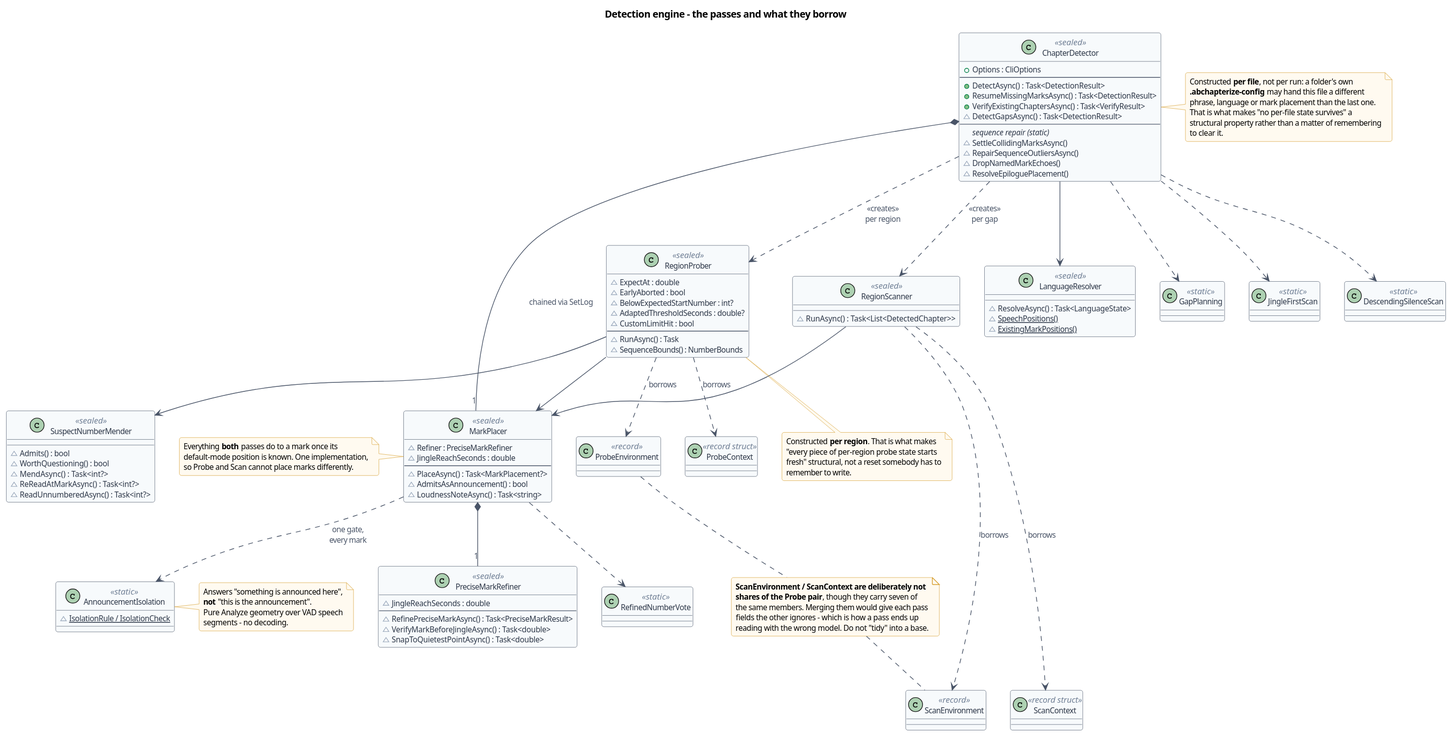
Earlier version of the PlantUML export doc/diagrams/class-detection-engine.svg (Inguiotar/ABChapterize). Source of this version:
```plantuml
@startuml
!include _style.iuml
title Detection engine - the passes and what they borrow

class ChapterDetector <<sealed>> {
  +Options : CliOptions
  --
  +DetectAsync() : Task<DetectionResult>
  +ResumeMissingMarksAsync() : Task<DetectionResult>
  +VerifyExistingChaptersAsync() : Task<VerifyResult>
  ~DetectGapsAsync() : Task<DetectionResult>
  --
  <i>sequence repair (static)</i>
  ~SettleCollidingMarksAsync()
  ~RepairSequenceOutliersAsync()
  ~DropNamedMarkEchoes()
  ~ResolveEpiloguePlacement()
}
note right of ChapterDetector
  Constructed **per file**, not per run: a folder's own
  <b>.abchapterize-config</b> may hand this file a different
  phrase, language or mark placement than the last one.
  That is what makes "no per-file state survives" a
  structural property rather than a matter of remembering
  to clear it.
end note

class RegionProber <<sealed>> {
  ~ExpectAt : double
  ~EarlyAborted : bool
  ~BelowExpectedStartNumber : int?
  ~AdaptedThresholdSeconds : double?
  ~CustomLimitHit : bool
  --
  ~RunAsync() : Task
  ~SequenceBounds() : NumberBounds
}
note bottom of RegionProber
  Constructed **per region**. That is what makes
  "every piece of per-region probe state starts
  fresh" structural, not a reset somebody has to
  remember to write.
end note

class RegionScanner <<sealed>> {
  ~RunAsync() : Task<List<DetectedChapter>>
}

class MarkPlacer <<sealed>> {
  ~Refiner : PreciseMarkRefiner
  ~JingleReachSeconds : double
  --
  ~PlaceAsync() : Task<MarkPlacement?>
  ~AdmitsAsAnnouncement() : bool
  ~LoudnessNoteAsync() : Task<string>
}
note left of MarkPlacer
  Everything **both** passes do to a mark once its
  default-mode position is known. One implementation,
  so Probe and Scan cannot place marks differently.
end note

class PreciseMarkRefiner <<sealed>> {
  ~JingleReachSeconds : double
  --
  ~RefinePreciseMarkAsync() : Task<PreciseMarkResult>
  ~VerifyMarkBeforeJingleAsync() : Task<double>
  ~SnapToQuietestPointAsync() : Task<double>
}

class SuspectNumberMender <<sealed>> {
  ~Admits() : bool
  ~WorthQuestioning() : bool
  ~MendAsync() : Task<int?>
  ~ReReadAtMarkAsync() : Task<int?>
  ~ReadUnnumberedAsync() : Task<int?>
}

class LanguageResolver <<sealed>> {
  ~ResolveAsync() : Task<LanguageState>
  ~{static} SpeechPositions()
  ~{static} ExistingMarkPositions()
}

class AnnouncementIsolation <<static>> {
  ~{static} IsolationRule / IsolationCheck
}
note right of AnnouncementIsolation
  Answers "something is announced here",
  **not** "this is the announcement".
  Pure Analyze geometry over VAD speech
  segments - no decoding.
end note

class RefinedNumberVote <<static>>
class GapPlanning <<static>>
class JingleFirstScan <<static>>
class DescendingSilenceScan <<static>>

together {
  class ProbeEnvironment <<record>>
  class ProbeContext <<record struct>>
}
together {
  class ScanEnvironment <<record>>
  class ScanContext <<record struct>>
}

ChapterDetector *-- "1" MarkPlacer : chained via SetLog
MarkPlacer *-- "1" PreciseMarkRefiner
ChapterDetector ..> RegionProber : <<creates>>\nper region
ChapterDetector ..> RegionScanner : <<creates>>\nper gap
ChapterDetector --> LanguageResolver
ChapterDetector ..> GapPlanning
ChapterDetector ..> JingleFirstScan
ChapterDetector ..> DescendingSilenceScan

RegionProber ..> ProbeEnvironment : borrows
RegionProber ..> ProbeContext : borrows
RegionScanner ..> ScanEnvironment : borrows
RegionScanner ..> ScanContext : borrows

RegionProber --> MarkPlacer
RegionScanner --> MarkPlacer
RegionProber --> SuspectNumberMender
MarkPlacer ..> AnnouncementIsolation : one gate,\nevery mark
MarkPlacer ..> RefinedNumberVote

note as NEnv
  <b>ScanEnvironment / ScanContext are deliberately not</b>
  <b>shares of the Probe pair</b>, though they carry seven of
  the same members. Merging them would give each pass
  fields the other ignores - which is how a pass ends up
  reading with the wrong model. Do not "tidy" into a base.
end note
ProbeEnvironment .. NEnv
NEnv .. ScanEnvironment
@enduml
```
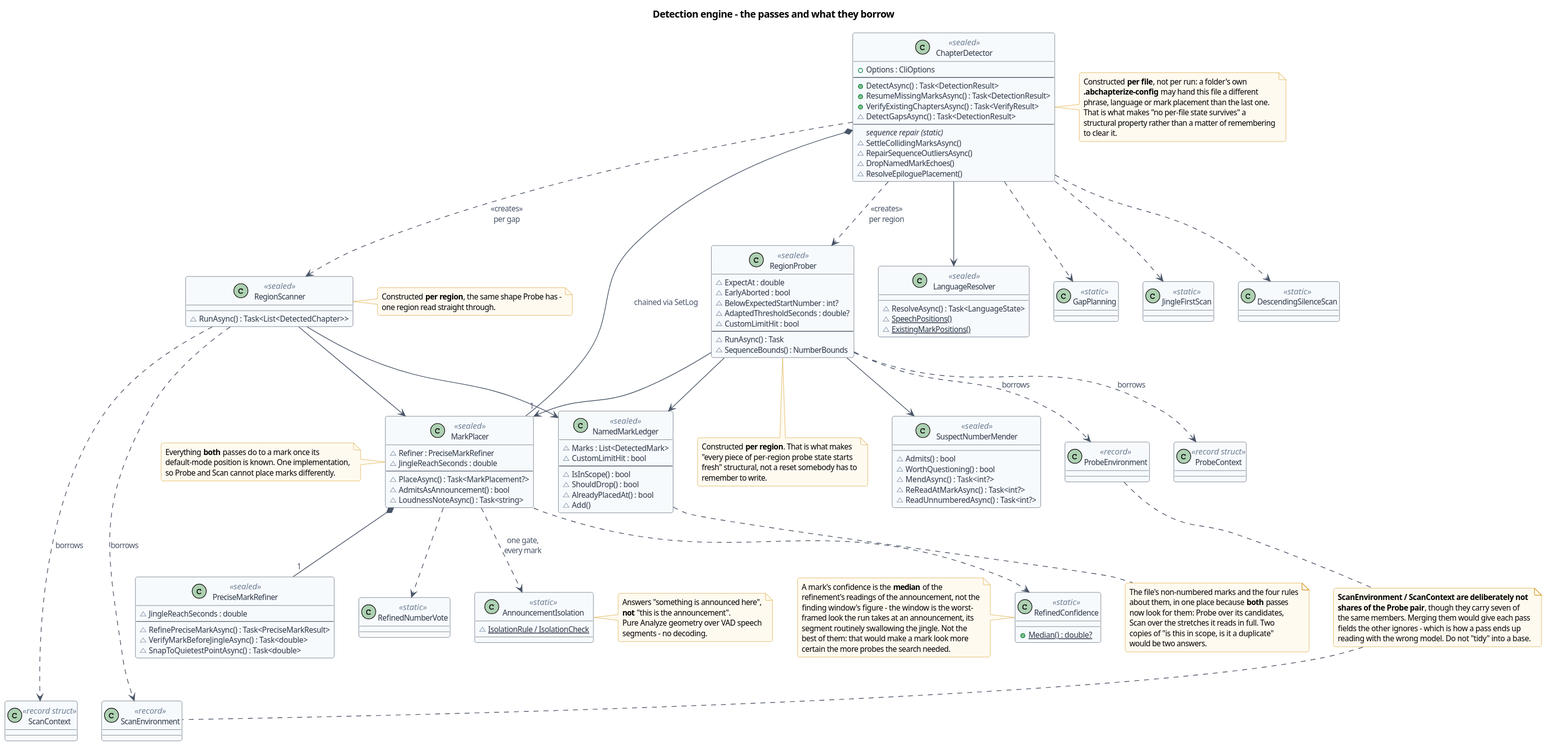
After the commit.

Diff of the diagram source:
```diff
@@ -45,6 +45,10 @@
 class RegionScanner <<sealed>> {
   ~RunAsync() : Task<List<DetectedChapter>>
 }
+note right of RegionScanner
+  Constructed **per region**, the same shape Probe has -
+  one region read straight through.
+end note
 
 class MarkPlacer <<sealed>> {
   ~Refiner : PreciseMarkRefiner
@@ -92,7 +96,38 @@
   segments - no decoding.
 end note
 
+class NamedMarkLedger <<sealed>> {
+  ~Marks : List<DetectedMark>
+  ~CustomLimitHit : bool
+  --
+  ~IsInScope() : bool
+  ~ShouldDrop() : bool
+  ~AlreadyPlacedAt() : bool
+  ~Add()
+}
+note bottom of NamedMarkLedger
+  The file's non-numbered marks and the four rules
+  about them, in one place because **both** passes
+  now look for them: Probe over its candidates,
+  Scan over the stretches it reads in full. Two
+  copies of "is this in scope, is it a duplicate"
+  would be two answers.
+end note
+
 class RefinedNumberVote <<static>>
+class RefinedConfidence <<static>> {
+  +{static} Median() : double?
+}
+note left of RefinedConfidence
+  A mark's confidence is the **median** of the
+  refinement's readings of the announcement, not the
+  finding window's figure - the window is the worst-
+  framed look the run takes at an announcement, its
+  segment routinely swallowing the jingle. Not the
+  best of them: that would make a mark look more
+  certain the more probes the search needed.
+end note
+
 class GapPlanning <<static>>
 class JingleFirstScan <<static>>
 class DescendingSilenceScan <<static>>
@@ -125,6 +160,9 @@
 RegionProber --> SuspectNumberMender
 MarkPlacer ..> AnnouncementIsolation : one gate,\nevery mark
 MarkPlacer ..> RefinedNumberVote
+MarkPlacer ..> RefinedConfidence
+RegionProber --> NamedMarkLedger
+RegionScanner --> NamedMarkLedger
 
 note as NEnv
   <b>ScanEnvironment / ScanContext are deliberately not</b>
```
